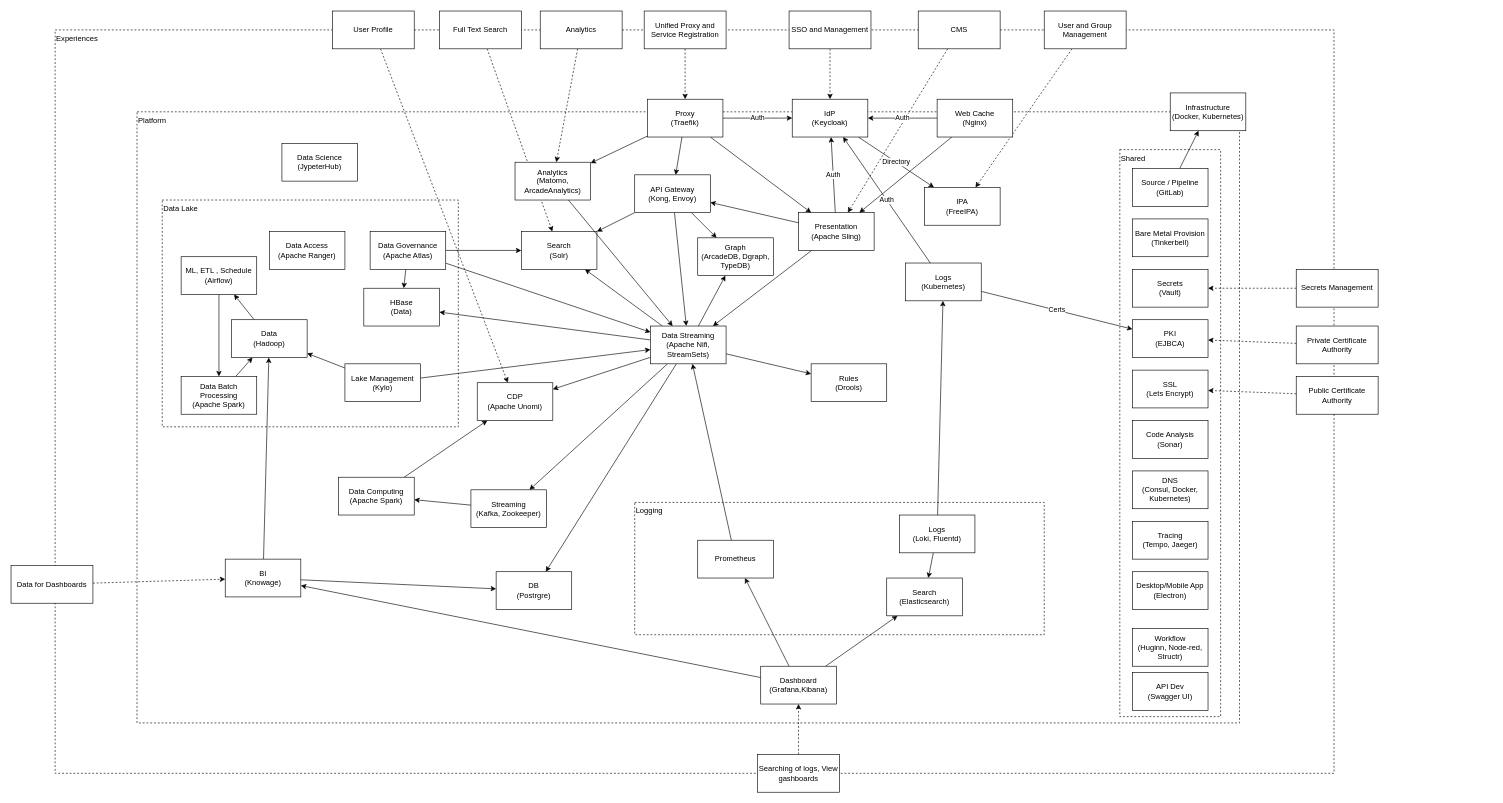
Before: page "Services" (1 of 2) of _gxp/diagrams/GXP-Architecture.drawio in governance-foundation/governance.foundation, a draw.io diagram. Source tidied: cells renumbered, new cells numbered last; positions are measured from the earlier drawing's top-left corner, leaving out a move shared by most shapes. Both pictures are drawn from the tidied source at 63%, with x=0, y=0 at pixel (11, 11).
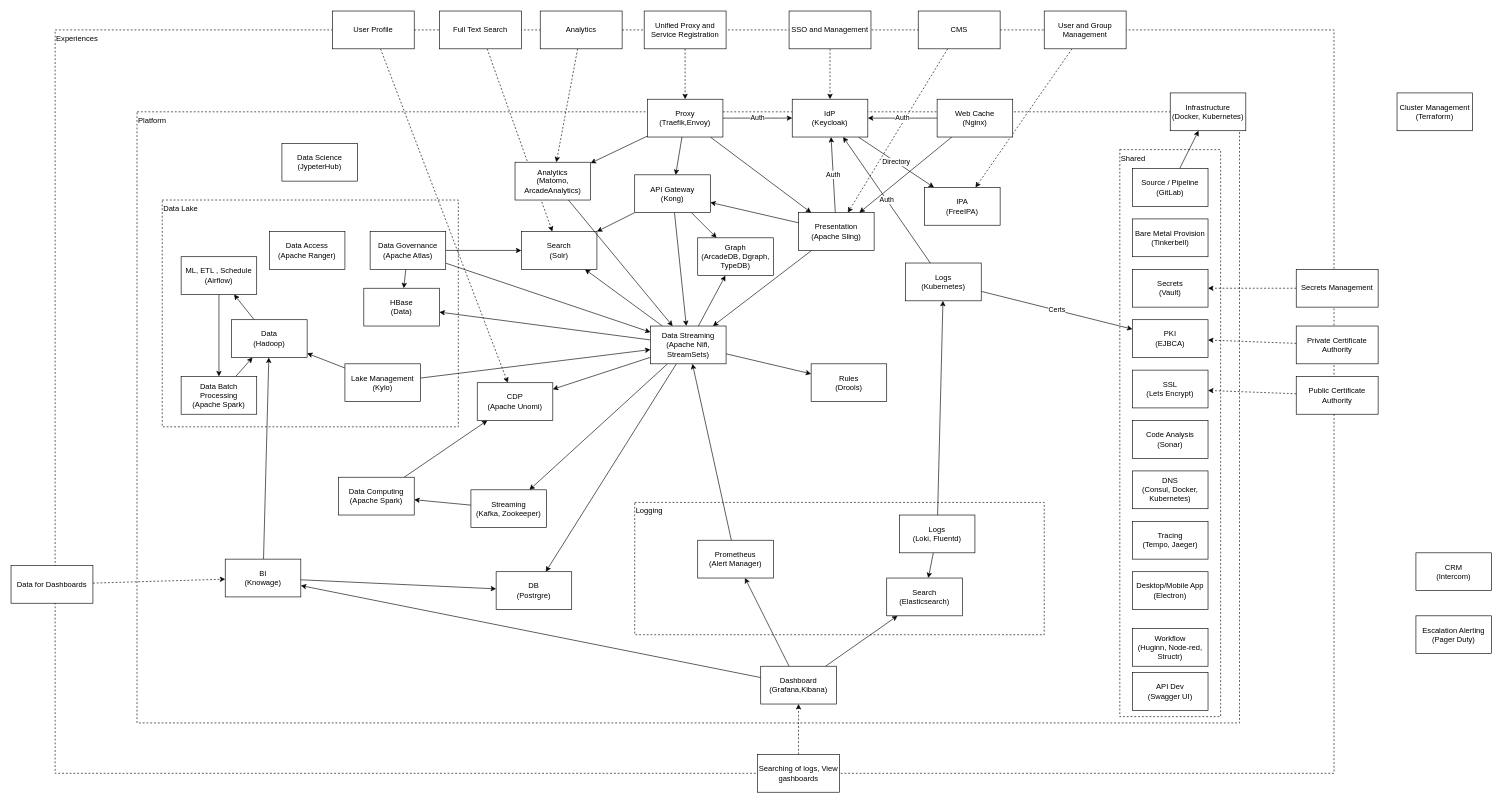
The same page after the edit.

Diff of the diagram source:
```diff
@@
-    <mxCell id="44" value="Prometheus" style="rounded=0;whiteSpace=wrap;html=1;" parent="25" vertex="1">
+    <mxCell id="44" value="Prometheus&lt;br&gt;(Alert Manager)" style="rounded=0;whiteSpace=wrap;html=1;" parent="25" vertex="1">
       <mxGeometry x="1090" y="840" width="120" height="60" as="geometry" />
     </mxCell>
@@
-    <mxCell id="53" value="&lt;div&gt;&lt;span&gt;Proxy&lt;/span&gt;&lt;/div&gt;&lt;div&gt;&lt;span&gt;(Traefik)&lt;/span&gt;&lt;br&gt;&lt;/div&gt;" style="rounded=0;whiteSpace=wrap;html=1;" parent="25" vertex="1">
+    <mxCell id="53" value="&lt;div&gt;&lt;span&gt;Proxy&lt;/span&gt;&lt;/div&gt;&lt;div&gt;&lt;span&gt;(Traefik,Envoy)&lt;/span&gt;&lt;br&gt;&lt;/div&gt;" style="rounded=0;whiteSpace=wrap;html=1;" parent="25" vertex="1">
       <mxGeometry x="1010" y="140" width="120" height="60" as="geometry" />
     </mxCell>
@@
-    <mxCell id="80" value="&lt;div&gt;API Gateway&lt;/div&gt;&lt;div&gt;(Kong, Envoy)&lt;/div&gt;" style="rounded=0;whiteSpace=wrap;html=1;" parent="25" vertex="1">
+    <mxCell id="80" value="&lt;div&gt;API Gateway&lt;/div&gt;&lt;div&gt;(Kong)&lt;/div&gt;" style="rounded=0;whiteSpace=wrap;html=1;" parent="25" vertex="1">
       <mxGeometry x="990" y="260" width="120" height="60" as="geometry" />
     </mxCell>
@@
+    <mxCell id="115" value="&lt;div&gt;Escalation Alerting&lt;/div&gt;&lt;div&gt;(Pager Duty)&lt;/div&gt;" style="rounded=0;whiteSpace=wrap;html=1;" parent="25" vertex="1">
+      <mxGeometry x="2230" y="960" width="120" height="60" as="geometry" />
+    </mxCell>
+    <mxCell id="116" value="&lt;div&gt;Cluster Management&lt;/div&gt;&lt;div&gt;(Terraform)&lt;/div&gt;" style="rounded=0;whiteSpace=wrap;html=1;" parent="25" vertex="1">
+      <mxGeometry x="2200" y="130" width="120" height="60" as="geometry" />
+    </mxCell>
+    <mxCell id="117" value="CRM&lt;br&gt;(Intercom)" style="rounded=0;whiteSpace=wrap;html=1;" parent="25" vertex="1">
+      <mxGeometry x="2230" y="860" width="120" height="60" as="geometry" />
+    </mxCell>
```
